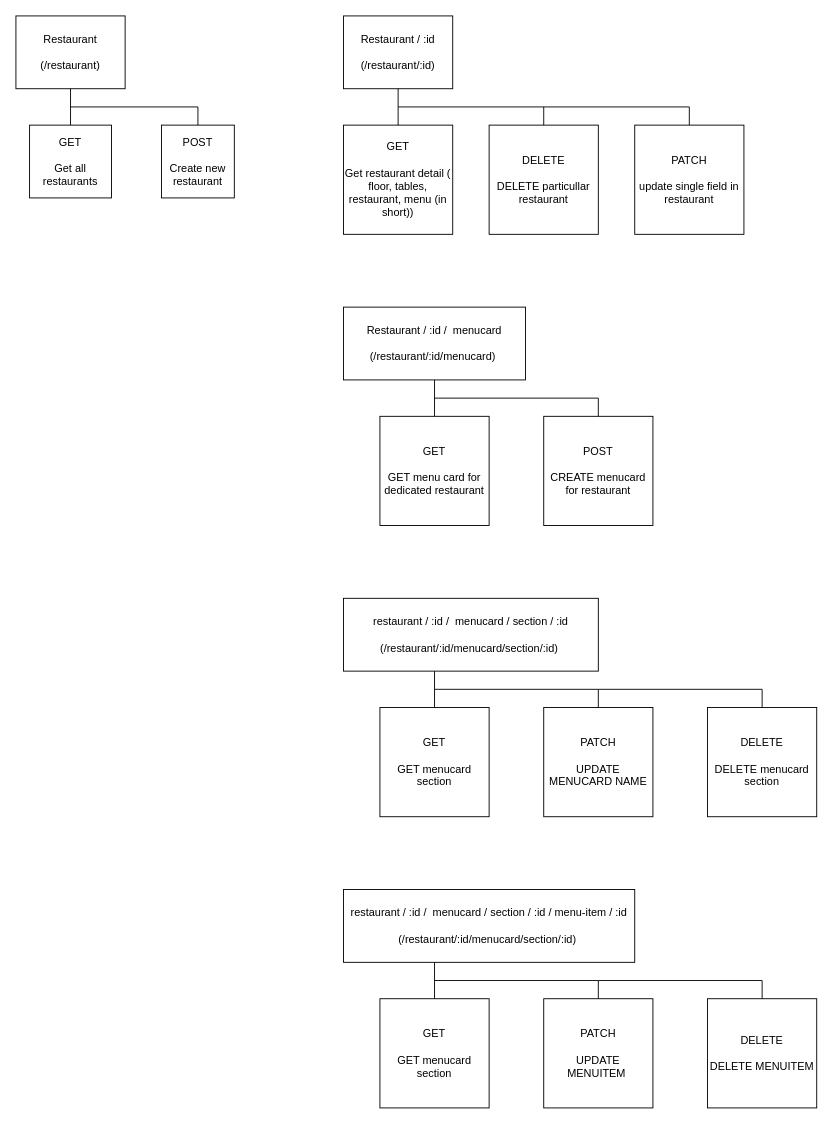
Earlier version of the draw.io diagram page "API-Endpoints" (2 of 2) of docs/Application-Documentation/Application-Documentation-v1.drawio (suyashl13/Menyokard). Source tidied: cells renumbered, new cells numbered last; positions are measured from the earlier drawing's top-left corner, leaving out a move shared by most shapes. Both pictures are drawn from the tidied source at 91%, with x=0, y=0 at pixel (15, 15).
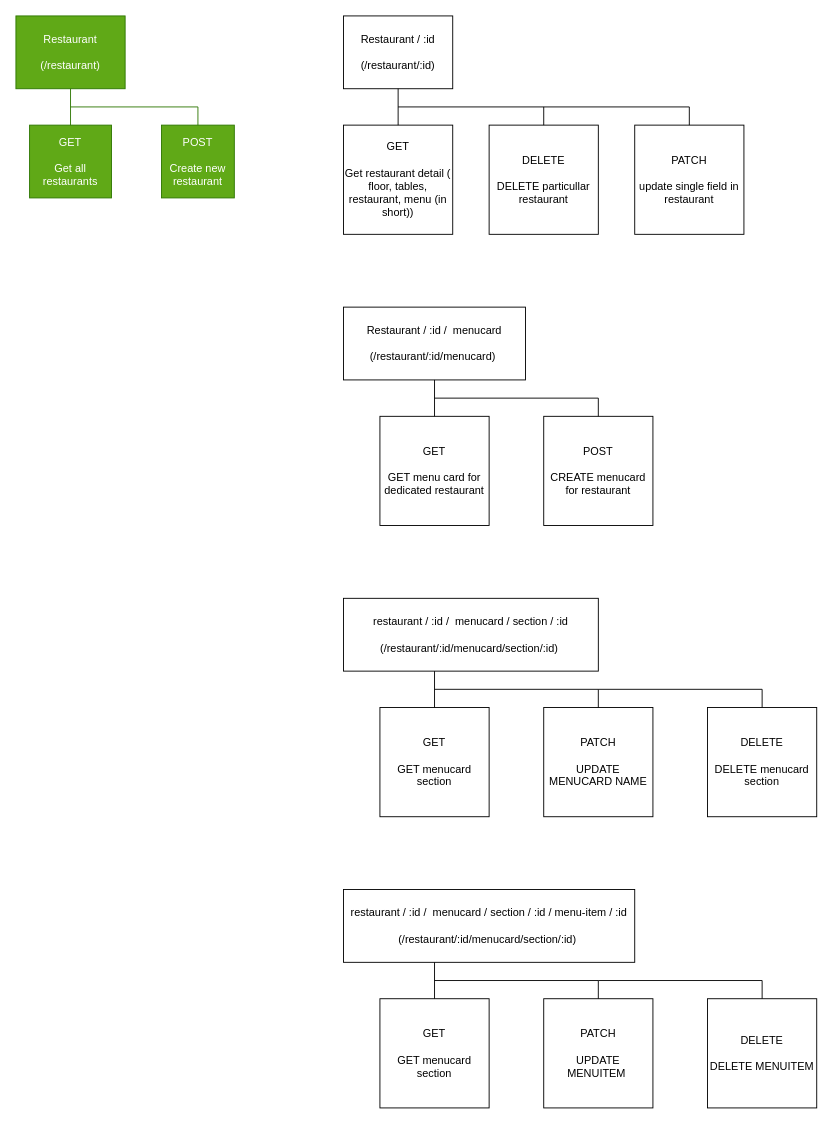
The same page after the edit.

What changed in the source:
```diff
@@
-    <mxCell id="2" value="Restaurant&lt;div&gt;&lt;br&gt;&lt;/div&gt;&lt;div&gt;(/restaurant)&lt;/div&gt;" style="rounded=0;whiteSpace=wrap;html=1;" parent="1" vertex="1">
+    <mxCell id="2" value="Restaurant&lt;div&gt;&lt;br&gt;&lt;/div&gt;&lt;div&gt;(/restaurant)&lt;/div&gt;" style="rounded=0;whiteSpace=wrap;html=1;fillColor=#60a917;fontColor=#ffffff;strokeColor=#2D7600;" parent="1" vertex="1">
       <mxGeometry width="120" height="80" as="geometry" />
     </mxCell>
-    <mxCell id="3" value="POST&lt;div&gt;&lt;br&gt;&lt;div&gt;Create new restaurant&lt;br&gt;&lt;/div&gt;&lt;/div&gt;" style="rounded=0;whiteSpace=wrap;html=1;" parent="1" vertex="1">
+    <mxCell id="3" value="POST&lt;div&gt;&lt;br&gt;&lt;div&gt;Create new restaurant&lt;br&gt;&lt;/div&gt;&lt;/div&gt;" style="rounded=0;whiteSpace=wrap;html=1;fillColor=#60a917;fontColor=#ffffff;strokeColor=#2D7600;" parent="1" vertex="1">
       <mxGeometry x="160" y="120" width="80" height="80" as="geometry" />
     </mxCell>
-    <mxCell id="4" value="GET&lt;div&gt;&lt;br&gt;&lt;div&gt;Get all restaurants&lt;br&gt;&lt;/div&gt;&lt;/div&gt;" style="rounded=0;whiteSpace=wrap;html=1;" parent="1" vertex="1">
+    <mxCell id="4" value="GET&lt;div&gt;&lt;br&gt;&lt;div&gt;Get all restaurants&lt;br&gt;&lt;/div&gt;&lt;/div&gt;" style="rounded=0;whiteSpace=wrap;html=1;fillColor=#60a917;fontColor=#ffffff;strokeColor=#2D7600;" parent="1" vertex="1">
       <mxGeometry x="15" y="120" width="90" height="80" as="geometry" />
     </mxCell>
-    <mxCell id="5" style="endArrow=none;html=1;rounded=0;" parent="1" edge="1">
+    <mxCell id="5" style="endArrow=none;html=1;rounded=0;fillColor=#60a917;strokeColor=#2D7600;" parent="1" edge="1">
       <mxGeometry relative="1" as="geometry">
         <mxPoint x="60" y="100" as="sourcePoint" />
         <mxPoint x="200" y="100" as="targetPoint" />
       </mxGeometry>
     </mxCell>
-    <mxCell id="6" style="endArrow=none;html=1;rounded=0;entryX=0.5;entryY=1;entryDx=0;entryDy=0;exitX=0.5;exitY=0;exitDx=0;exitDy=0;" parent="1" edge="1" source="4" target="2">
+    <mxCell id="6" style="endArrow=none;html=1;rounded=0;entryX=0.5;entryY=1;entryDx=0;entryDy=0;exitX=0.5;exitY=0;exitDx=0;exitDy=0;fillColor=#60a917;strokeColor=#2D7600;" parent="1" edge="1" source="4" target="2">
       <mxGeometry relative="1" as="geometry" />
     </mxCell>
-    <mxCell id="7" style="endArrow=none;html=1;rounded=0;exitX=0.5;exitY=0;exitDx=0;exitDy=0;" parent="1" edge="1" source="3">
+    <mxCell id="7" style="endArrow=none;html=1;rounded=0;exitX=0.5;exitY=0;exitDx=0;exitDy=0;fillColor=#60a917;strokeColor=#2D7600;" parent="1" edge="1" source="3">
       <mxGeometry relative="1" as="geometry">
         <mxPoint x="200" y="100" as="targetPoint" />
       </mxGeometry>
     </mxCell>
```
